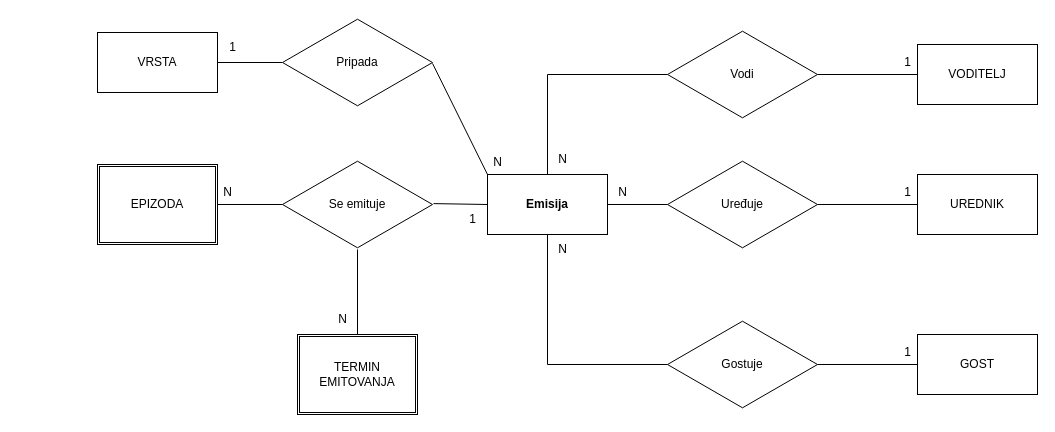
The draw.io diagram page "Page-2" (2 of 2) of Untitled Diagram.drawio in emina-mahmutbegovic/process-information-systems, before the edit. Source tidied: cells renumbered, new cells numbered last; positions are measured from the earlier drawing's top-left corner, leaving out a move shared by most shapes. Both pictures are drawn from the tidied source at 100%, with x=0, y=0 at pixel (97, 17).
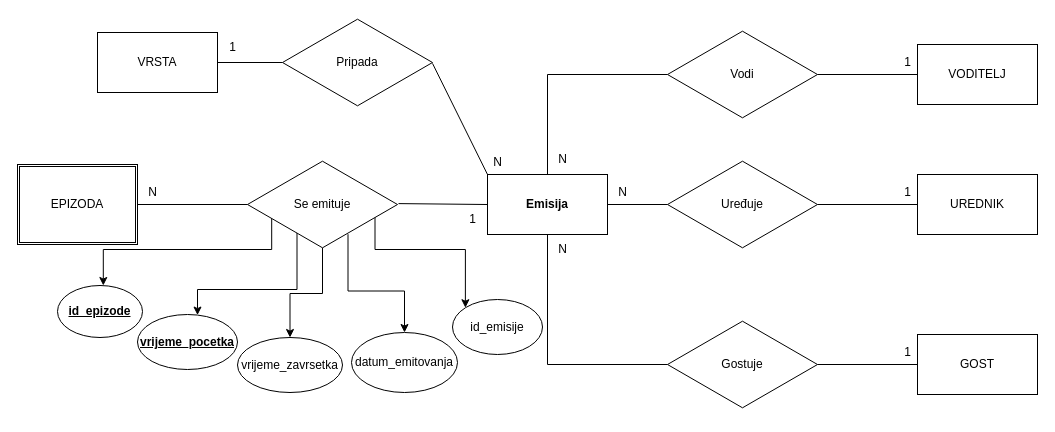
Above is the later version.

What changed in the source:
```diff
@@
     <mxCell id="2" value="EPIZODA" style="shape=ext;double=1;rounded=0;whiteSpace=wrap;html=1;" parent="1" vertex="1">
-      <mxGeometry y="147" width="120" height="80" as="geometry" />
+      <mxGeometry x="-80" y="147" width="120" height="80" as="geometry" />
     </mxCell>
-    <mxCell id="3" value="TERMIN EMITOVANJA" style="shape=ext;double=1;rounded=0;whiteSpace=wrap;html=1;" parent="1" vertex="1">
-      <mxGeometry x="200" y="317" width="120" height="80" as="geometry" />
-    </mxCell>
-    <mxCell id="4" style="edgeStyle=none;rounded=0;jettySize=auto;html=1;entryX=0.5;entryY=0;entryDx=0;entryDy=0;endArrow=none;endFill=0;" parent="1" edge="1" source="6" target="3">
-      <mxGeometry relative="1" as="geometry" />
-    </mxCell>
@@
+    <mxCell id="36" style="edgeStyle=orthogonalEdgeStyle;rounded=0;jettySize=auto;html=1;exitX=0.33;exitY=0.81;exitDx=0;exitDy=0;exitPerimeter=0;" parent="1" edge="1" source="6" target="41">
+      <mxGeometry relative="1" as="geometry">
+        <Array as="points">
+          <mxPoint x="200" y="272" />
+          <mxPoint x="100" y="272" />
+        </Array>
+      </mxGeometry>
+    </mxCell>
+    <mxCell id="37" style="edgeStyle=orthogonalEdgeStyle;rounded=0;orthogonalLoop=1;jettySize=auto;html=1;exitX=0.14;exitY=0.65;exitDx=0;exitDy=0;exitPerimeter=0;" parent="1" edge="1">
+      <mxGeometry relative="1" as="geometry">
+        <mxPoint x="174.2" y="200.5" as="sourcePoint" />
+        <mxPoint x="5.8" y="268" as="targetPoint" />
+        <Array as="points">
+          <mxPoint x="174" y="232" />
+          <mxPoint x="6" y="232" />
+        </Array>
+      </mxGeometry>
+    </mxCell>
+    <mxCell id="38" style="edgeStyle=orthogonalEdgeStyle;rounded=0;jettySize=auto;html=1;exitX=0.5;exitY=0.98;exitDx=0;exitDy=0;exitPerimeter=0;" parent="1" edge="1" source="6" target="43">
+      <mxGeometry relative="1" as="geometry" />
+    </mxCell>
+    <mxCell id="39" style="edgeStyle=orthogonalEdgeStyle;rounded=0;jettySize=auto;html=1;exitX=0.67;exitY=0.83;exitDx=0;exitDy=0;exitPerimeter=0;" parent="1" edge="1" source="6" target="44">
+      <mxGeometry relative="1" as="geometry" />
+    </mxCell>
+    <mxCell id="40" style="edgeStyle=orthogonalEdgeStyle;rounded=0;jettySize=auto;html=1;exitX=0.85;exitY=0.64;exitDx=0;exitDy=0;exitPerimeter=0;entryX=0;entryY=0;entryDx=0;entryDy=0;" parent="1" edge="1" source="6" target="45">
+      <mxGeometry relative="1" as="geometry">
+        <Array as="points">
+          <mxPoint x="278" y="232" />
+          <mxPoint x="368" y="232" />
+        </Array>
+      </mxGeometry>
+    </mxCell>
-    <mxCell id="6" value="Se emituje" style="html=1;whiteSpace=wrap;shape=isoRectangle;points=[[0,0.5,0,0,0],[0.5,0.98,0,0,0],[1,0.49,0,1,0]];" parent="1" vertex="1">
-      <mxGeometry x="185" y="142" width="150" height="90" as="geometry" />
+    <mxCell id="6" value="Se emituje" style="html=1;whiteSpace=wrap;shape=isoRectangle;points=[[0,0.5,0,0,0],[0.14,0.65,0,0,0],[0.33,0.81,0,0,0],[0.5,0.98,0,0,0],[0.67,0.83,0,0,0],[0.85,0.64,0,0,0],[1,0.49,0,1,0]];" parent="1" vertex="1">
+      <mxGeometry x="150" y="142" width="150" height="90" as="geometry" />
     </mxCell>
@@
     <mxCell id="21" value="N" style="text;html=1;align=center;verticalAlign=middle;strokeColor=none;fillColor=none;" parent="1" vertex="1">
-      <mxGeometry x="115" y="160" width="30" height="30" as="geometry" />
+      <mxGeometry x="40" y="160" width="30" height="30" as="geometry" />
     </mxCell>
-    <mxCell id="22" value="N" style="text;html=1;align=center;verticalAlign=middle;strokeColor=none;fillColor=none;" parent="1" vertex="1">
-      <mxGeometry x="230" y="287" width="30" height="30" as="geometry" />
-    </mxCell>
@@
+    <mxCell id="41" value="&lt;u&gt;&lt;b&gt;vrijeme_pocetka&lt;/b&gt;&lt;/u&gt;" style="ellipse;whiteSpace=wrap;html=1;" parent="1" vertex="1">
+      <mxGeometry x="40" y="297" width="100" height="55" as="geometry" />
+    </mxCell>
+    <mxCell id="42" value="&lt;u&gt;&lt;b&gt;id_epizode&lt;/b&gt;&lt;/u&gt;" style="ellipse;whiteSpace=wrap;html=1;" parent="1" vertex="1">
+      <mxGeometry x="-40" y="268" width="85" height="52" as="geometry" />
+    </mxCell>
+    <mxCell id="43" value="vrijeme_zavrsetka" style="ellipse;whiteSpace=wrap;html=1;" parent="1" vertex="1">
+      <mxGeometry x="140" y="320" width="105" height="55" as="geometry" />
+    </mxCell>
+    <mxCell id="44" value="datum_emitovanja" style="ellipse;whiteSpace=wrap;html=1;" parent="1" vertex="1">
+      <mxGeometry x="254" y="315" width="106" height="60" as="geometry" />
+    </mxCell>
+    <mxCell id="45" value="id_emisije" style="ellipse;whiteSpace=wrap;html=1;" parent="1" vertex="1">
+      <mxGeometry x="355" y="282" width="90" height="55" as="geometry" />
+    </mxCell>
```
